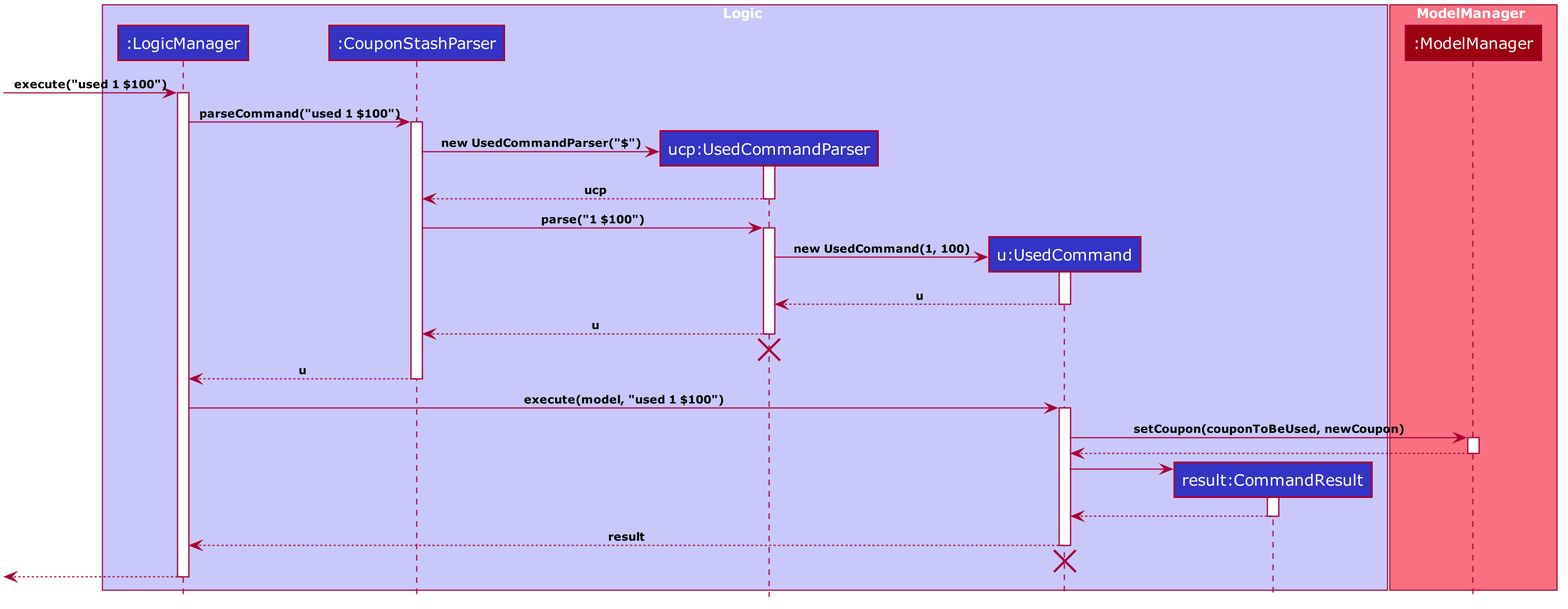
Earlier version of the PlantUML export docs/images/UsedCommandSeqDiagram.png (nus-cs2103-AY1920S2/addressbook-level3).
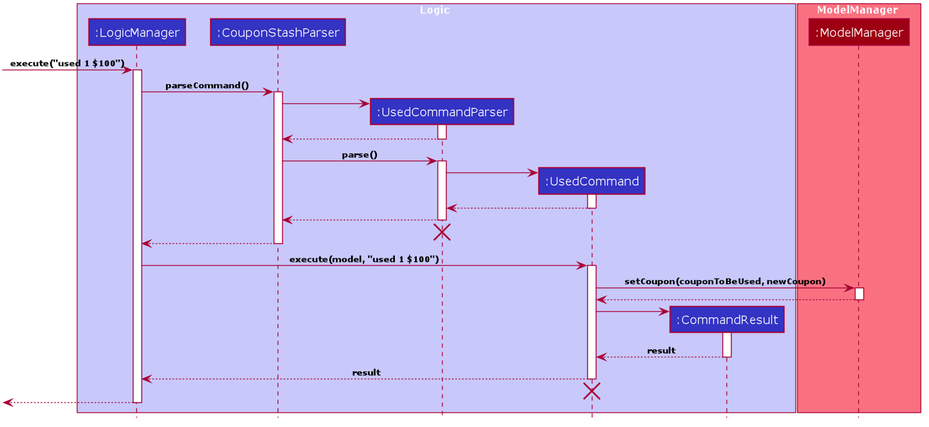
After the change.

Commit message:
UsedCommand image updated, UsedExecution diagram updated

What changed in the source:
```diff
@@ -65,9 +65,9 @@
 box Logic #C8C8FA
 participant ":LogicManager" as LogicManager #3333C4
 participant ":CouponStashParser" as CouponStashParser #3333C4
-participant "ucp:UsedCommandParser" as UsedCommandParser #3333C4
-participant "u:UsedCommand" as UsedCommand #3333C4
-participant "result:CommandResult" as CommandResult #3333C4
+participant ":UsedCommandParser" as UsedCommandParser #3333C4
+participant ":UsedCommand" as UsedCommand #3333C4
+participant ":CommandResult" as CommandResult #3333C4
 end box
 
 box ModelManager #F97181
@@ -77,32 +77,32 @@
 [-> LogicManager : execute("used 1 $100")
 activate LogicManager
 
-LogicManager -> CouponStashParser : parseCommand("used 1 $100")
+LogicManager -> CouponStashParser : parseCommand()
 activate CouponStashParser
 
 create UsedCommandParser
-CouponStashParser -> UsedCommandParser : new UsedCommandParser("$")
+CouponStashParser -> UsedCommandParser
 activate UsedCommandParser
 
-UsedCommandParser --> CouponStashParser : ucp
+UsedCommandParser --> CouponStashParser
 deactivate UsedCommandParser
 
-CouponStashParser -> UsedCommandParser : parse("1 $100")
+CouponStashParser -> UsedCommandParser : parse()
 activate UsedCommandParser
 
 create UsedCommand
-UsedCommandParser -> UsedCommand : new UsedCommand(1, 100)
+UsedCommandParser -> UsedCommand
 activate UsedCommand
 
-UsedCommand --> UsedCommandParser : u
+UsedCommand --> UsedCommandParser
 deactivate UsedCommand
 
-UsedCommandParser --> CouponStashParser : u
+UsedCommandParser --> CouponStashParser
 deactivate UsedCommandParser
 UsedCommandParser -[hidden]-> CouponStashParser
 destroy UsedCommandParser
 
-CouponStashParser --> LogicManager : u
+CouponStashParser --> LogicManager
 deactivate CouponStashParser
 
 LogicManager -> UsedCommand : execute(model, "used 1 $100")
@@ -118,7 +118,7 @@
 UsedCommand -> CommandResult
 activate CommandResult
 
-CommandResult --> UsedCommand
+CommandResult --> UsedCommand : result
 deactivate CommandResult
 
 UsedCommand --> LogicManager : result
```
